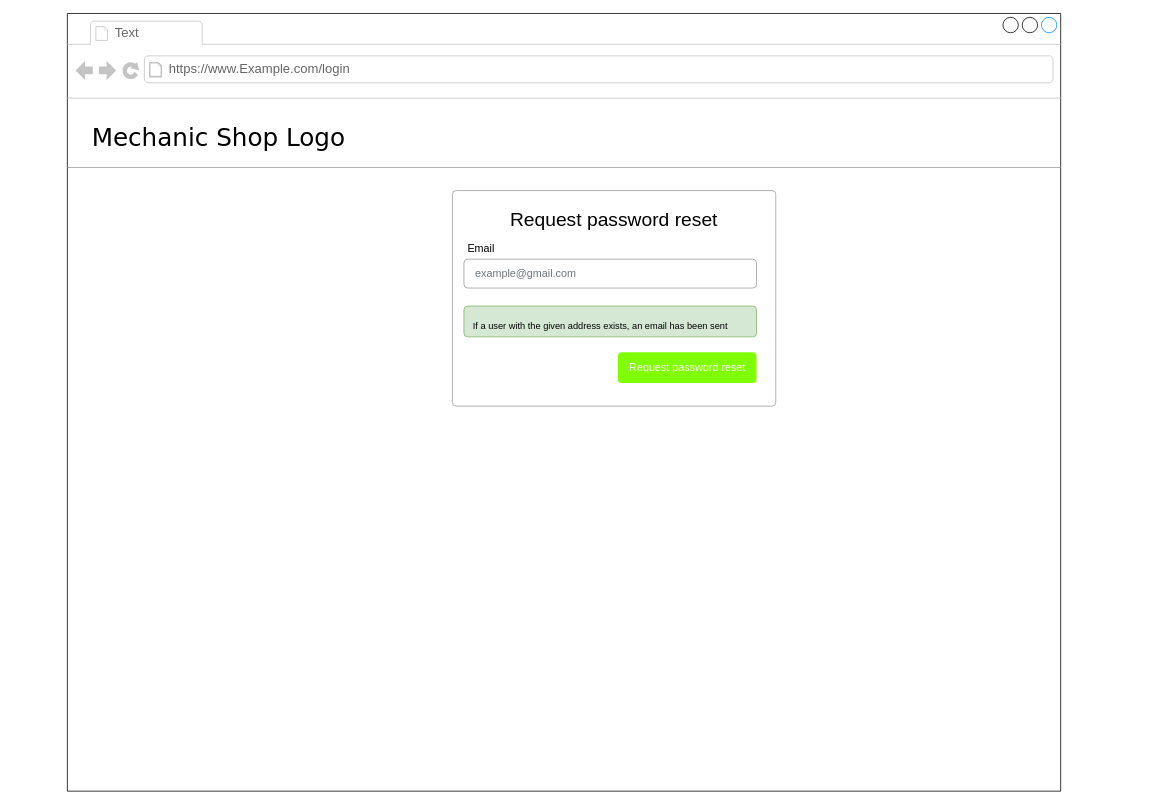
Above: Wireframe_Mockups/End-UserUI/ForgottenPassword.drawio in Awrmani/AutoQuotes (draw.io), before the change. Source tidied: cells renumbered, new cells numbered last; positions are measured from the earlier drawing's top-left corner, leaving out a move shared by most shapes. Both pictures are drawn from the tidied source at 77%, with x=0, y=0 at pixel (67, 13). Pictures stored in the file or linked from it are replaced by grey dashed boxes.
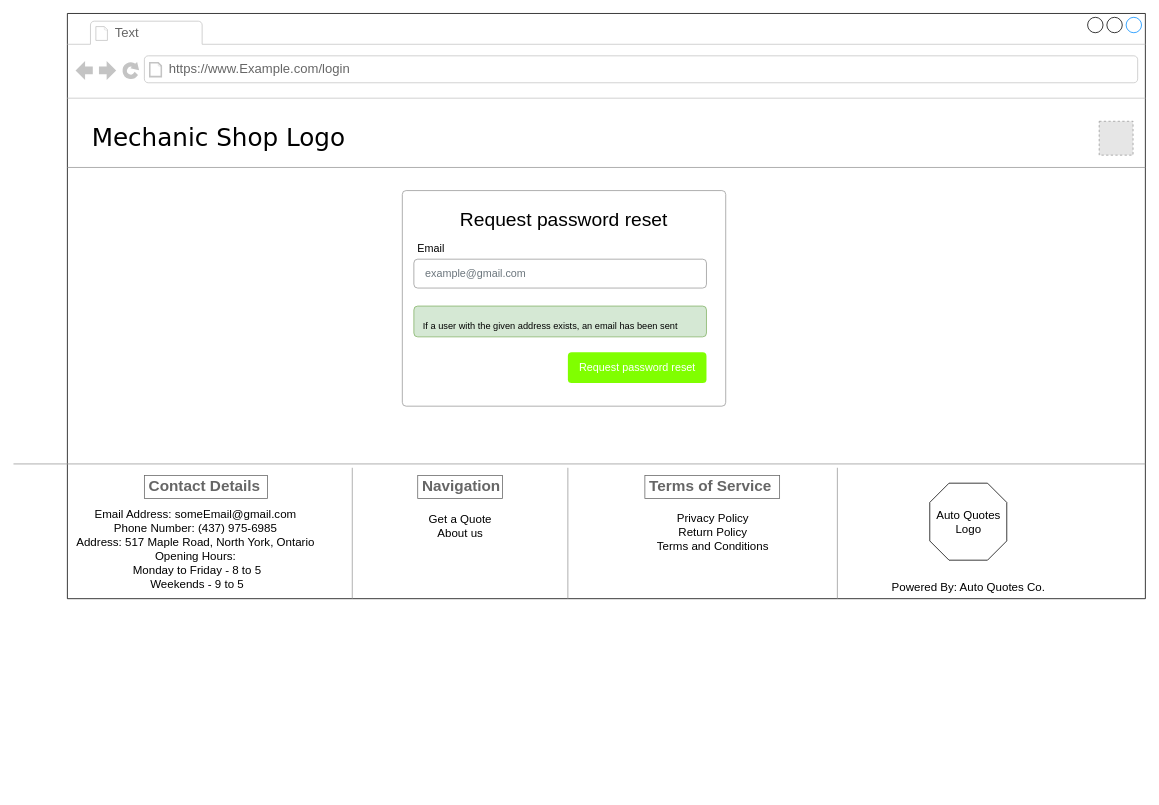
The same page after the edit.

Diff of the diagram source:
```diff
@@
     <mxCell id="2" style="strokeWidth=1;shadow=0;dashed=0;align=left;html=1;shape=mxgraph.mockup.containers.browserWindow;rSize=0;mainText=,;rounded=0;labelBackgroundColor=none;fontFamily=Verdana;fontSize=12;" parent="1" vertex="1">
-      <mxGeometry width="1290" height="1010" as="geometry" />
+      <mxGeometry width="1400" height="760" as="geometry" />
     </mxCell>
@@
     <mxCell id="6" style="verticalLabelPosition=bottom;shadow=0;dashed=0;align=center;html=1;verticalAlign=top;strokeWidth=1;shape=mxgraph.mockup.markup.line;strokeColor=#999999;rounded=0;labelBackgroundColor=none;fillColor=#ffffff;fontFamily=Verdana;fontSize=12;fontColor=#000000;" parent="2" vertex="1">
-      <mxGeometry y="190" width="1290" height="20" as="geometry" />
+      <mxGeometry y="190" width="1400" height="20" as="geometry" />
     </mxCell>
     <mxCell id="7" style="html=1;shadow=0;dashed=0;shape=mxgraph.bootstrap.rrect;rSize=5;fillColor=#ffffff;strokeColor=#999999;" parent="2" vertex="1">
-      <mxGeometry x="500" y="230" width="420" height="280" as="geometry" />
+      <mxGeometry x="435" y="230" width="420" height="280" as="geometry" />
     </mxCell>
     <mxCell id="8" value="example@gmail.com" style="html=1;shadow=0;dashed=0;shape=mxgraph.bootstrap.rrect;rSize=5;fillColor=none;strokeColor=#999999;align=left;spacing=15;fontSize=14;fontColor=#6C767D;" parent="2" vertex="1">
-      <mxGeometry x="515" y="319.1" width="380" height="37.5" as="geometry" />
+      <mxGeometry x="450" y="319.1" width="380" height="37.5" as="geometry" />
     </mxCell>
     <mxCell id="9" value="Email" style="fillColor=none;strokeColor=none;align=left;spacing=20;fontSize=14;" parent="2" vertex="1">
-      <mxGeometry x="500" y="289.1" width="220" height="30" as="geometry" />
+      <mxGeometry x="435" y="289.1" width="220" height="30" as="geometry" />
     </mxCell>
     <mxCell id="10" value="&lt;font style=&quot;font-size: 25px;&quot;&gt;Request password reset&lt;/font&gt;" style="text;html=1;strokeColor=none;fillColor=none;align=center;verticalAlign=middle;whiteSpace=wrap;rounded=0;" parent="2" vertex="1">
-      <mxGeometry x="520" y="250" width="380" height="31.4" as="geometry" />
+      <mxGeometry x="455" y="250" width="380" height="31.4" as="geometry" />
     </mxCell>
     <mxCell id="11" value="&lt;font style=&quot;font-size: 12px; line-height: 1.2;&quot;&gt;If a user with the given address exists, an email has been sent&lt;/font&gt;" style="html=1;shadow=0;dashed=0;shape=mxgraph.bootstrap.rrect;rSize=5;strokeColor=#82b366;strokeWidth=1;fillColor=#d5e8d4;whiteSpace=wrap;align=left;verticalAlign=middle;spacingLeft=10;fontSize=25;" parent="2" vertex="1">
-      <mxGeometry x="515" y="380" width="380" height="40" as="geometry" />
+      <mxGeometry x="450" y="380" width="380" height="40" as="geometry" />
     </mxCell>
     <mxCell id="12" value="Request password reset" style="html=1;shadow=0;dashed=0;shape=mxgraph.bootstrap.rrect;rSize=5;fillColor=#80FF00;strokeColor=none;align=center;fontSize=14;fontColor=#FFFFFF;" parent="2" vertex="1">
       <mxGeometry width="180" height="40" relative="1" as="geometry">
-        <mxPoint x="715" y="440" as="offset" />
+        <mxPoint x="650" y="440" as="offset" />
       </mxGeometry>
     </mxCell>
+    <mxCell id="13" style="verticalLabelPosition=bottom;shadow=0;dashed=0;align=center;html=1;verticalAlign=top;strokeWidth=1;shape=mxgraph.mockup.markup.line;strokeColor=#999999;rounded=0;labelBackgroundColor=none;fillColor=#ffffff;fontFamily=Verdana;fontSize=12;fontColor=#000000;" parent="2" vertex="1">
+      <mxGeometry x="-70" y="575" width="1470" height="20" as="geometry" />
+    </mxCell>
+    <mxCell id="14" value="&lt;h3&gt;Contact Details&lt;/h3&gt;" style="strokeWidth=1;shadow=0;dashed=0;align=center;html=1;shape=mxgraph.mockup.text.textBox;fontColor=#666666;align=left;fontSize=17;spacingLeft=4;spacingTop=-3;strokeColor=#666666;mainText=;" parent="2" vertex="1">
+      <mxGeometry x="100" y="600" width="160" height="30" as="geometry" />
+    </mxCell>
+    <mxCell id="15" value="&lt;div style=&quot;text-align: center;&quot;&gt;&lt;span style=&quot;font-size: 15px; background-color: initial;&quot;&gt;Email Address: someEmail@gmail.com&lt;/span&gt;&lt;/div&gt;&lt;font style=&quot;font-size: 15px;&quot;&gt;&lt;div style=&quot;text-align: center;&quot;&gt;&lt;span style=&quot;background-color: initial;&quot;&gt;Phone Number: (437) 975-6985&lt;/span&gt;&lt;/div&gt;&lt;div style=&quot;text-align: center;&quot;&gt;&lt;span style=&quot;background-color: initial;&quot;&gt;Address: 517 Maple Road, North York, Ontario&lt;/span&gt;&lt;/div&gt;&lt;div style=&quot;text-align: center;&quot;&gt;&lt;span style=&quot;background-color: initial;&quot;&gt;Opening Hours:&lt;/span&gt;&lt;/div&gt;&lt;span style=&quot;white-space: pre;&quot;&gt;&lt;div style=&quot;text-align: center;&quot;&gt;&lt;span style=&quot;background-color: initial;&quot;&gt; &lt;/span&gt;&lt;span style=&quot;background-color: initial; white-space: normal;&quot;&gt;Monday to Friday - 8 to 5&lt;/span&gt;&lt;/div&gt;&lt;/span&gt;&lt;span style=&quot;white-space: pre;&quot;&gt;&lt;div style=&quot;text-align: center;&quot;&gt;&lt;span style=&quot;background-color: initial;&quot;&gt; &lt;/span&gt;&lt;span style=&quot;background-color: initial; white-space: normal;&quot;&gt;Weekends - 9 to 5&lt;/span&gt;&lt;/div&gt;&lt;/span&gt;&lt;/font&gt;" style="text;spacingTop=-5;whiteSpace=wrap;html=1;align=left;fontSize=12;fontFamily=Helvetica;fillColor=none;strokeColor=none;" parent="2" vertex="1">
+      <mxGeometry x="10" y="640" width="360" height="100" as="geometry" />
+    </mxCell>
+    <mxCell id="16" style="verticalLabelPosition=bottom;shadow=0;dashed=0;align=center;html=1;verticalAlign=top;strokeWidth=1;shape=mxgraph.mockup.markup.line;strokeColor=#999999;direction=north;fontSize=32;" parent="2" vertex="1">
+      <mxGeometry x="360" y="590" width="20" height="170" as="geometry" />
+    </mxCell>
+    <mxCell id="17" value="Powered By: Auto Quotes Co." style="text;html=1;align=center;verticalAlign=middle;strokeColor=none;fillColor=none;fontSize=15;" parent="2" vertex="1">
+      <mxGeometry x="1060" y="730" width="220" height="30" as="geometry" />
+    </mxCell>
+    <mxCell id="18" value="&lt;h3&gt;Terms of Service&lt;/h3&gt;" style="strokeWidth=1;shadow=0;dashed=0;align=center;html=1;shape=mxgraph.mockup.text.textBox;fontColor=#666666;align=left;fontSize=17;spacingLeft=4;spacingTop=-3;strokeColor=#666666;mainText=;" parent="2" vertex="1">
+      <mxGeometry x="750" y="600" width="175" height="30" as="geometry" />
+    </mxCell>
+    <mxCell id="19" value="Privacy Policy&lt;br&gt;Return Policy&lt;br&gt;Terms and Conditions" style="text;html=1;align=center;verticalAlign=top;strokeColor=none;fillColor=none;fontSize=15;" parent="2" vertex="1">
+      <mxGeometry x="752.5" y="640" width="170" height="70" as="geometry" />
+    </mxCell>
+    <mxCell id="20" style="verticalLabelPosition=bottom;verticalAlign=top;html=1;shape=mxgraph.basic.polygon;polyCoords=[[0.25,0],[0.75,0],[1,0.25],[1,0.75],[0.75,1],[0.25,1],[0,0.75],[0,0.25]];polyline=0;fontSize=15;" parent="2" vertex="1">
+      <mxGeometry x="1120" y="610" width="100" height="100" as="geometry" />
+    </mxCell>
+    <mxCell id="21" value="Auto Quotes&lt;br&gt;Logo" style="text;html=1;align=center;verticalAlign=middle;strokeColor=none;fillColor=none;fontSize=15;" parent="2" vertex="1">
+      <mxGeometry x="1115" y="635" width="110" height="50" as="geometry" />
+    </mxCell>
+    <mxCell id="22" style="verticalLabelPosition=bottom;shadow=0;dashed=0;align=center;html=1;verticalAlign=top;strokeWidth=1;shape=mxgraph.mockup.markup.line;strokeColor=#999999;direction=north;fontSize=15;" parent="2" vertex="1">
+      <mxGeometry x="640" y="590" width="20" height="170" as="geometry" />
+    </mxCell>
+    <mxCell id="23" value="&lt;h3&gt;Navigation&lt;/h3&gt;" style="strokeWidth=1;shadow=0;dashed=0;align=center;html=1;shape=mxgraph.mockup.text.textBox;fontColor=#666666;align=left;fontSize=17;spacingLeft=4;spacingTop=-3;strokeColor=#666666;mainText=;" parent="2" vertex="1">
+      <mxGeometry x="455" y="600" width="110" height="30" as="geometry" />
+    </mxCell>
+    <mxCell id="24" style="verticalLabelPosition=bottom;shadow=0;dashed=0;align=center;html=1;verticalAlign=top;strokeWidth=1;shape=mxgraph.mockup.markup.line;strokeColor=#999999;direction=north;fontSize=15;" parent="2" vertex="1">
+      <mxGeometry x="990" y="590" width="20" height="170" as="geometry" />
+    </mxCell>
+    <mxCell id="25" value="Get a Quote&lt;br&gt;About us" style="text;html=1;align=center;verticalAlign=middle;strokeColor=none;fillColor=none;fontSize=15;" parent="2" vertex="1">
+      <mxGeometry x="455" y="640" width="110" height="50" as="geometry" />
+    </mxCell>
+    <mxCell id="26" style="fillColor=#E6E6E6;strokeColor=#999999;dashed=1;html=1;verticalAlign=top;verticalLabelPosition=bottom;labelBackgroundColor=#ffffff;" parent="2" vertex="1">
+      <mxGeometry x="1340" y="140" width="44" height="44" as="geometry" />
+    </mxCell>
```
